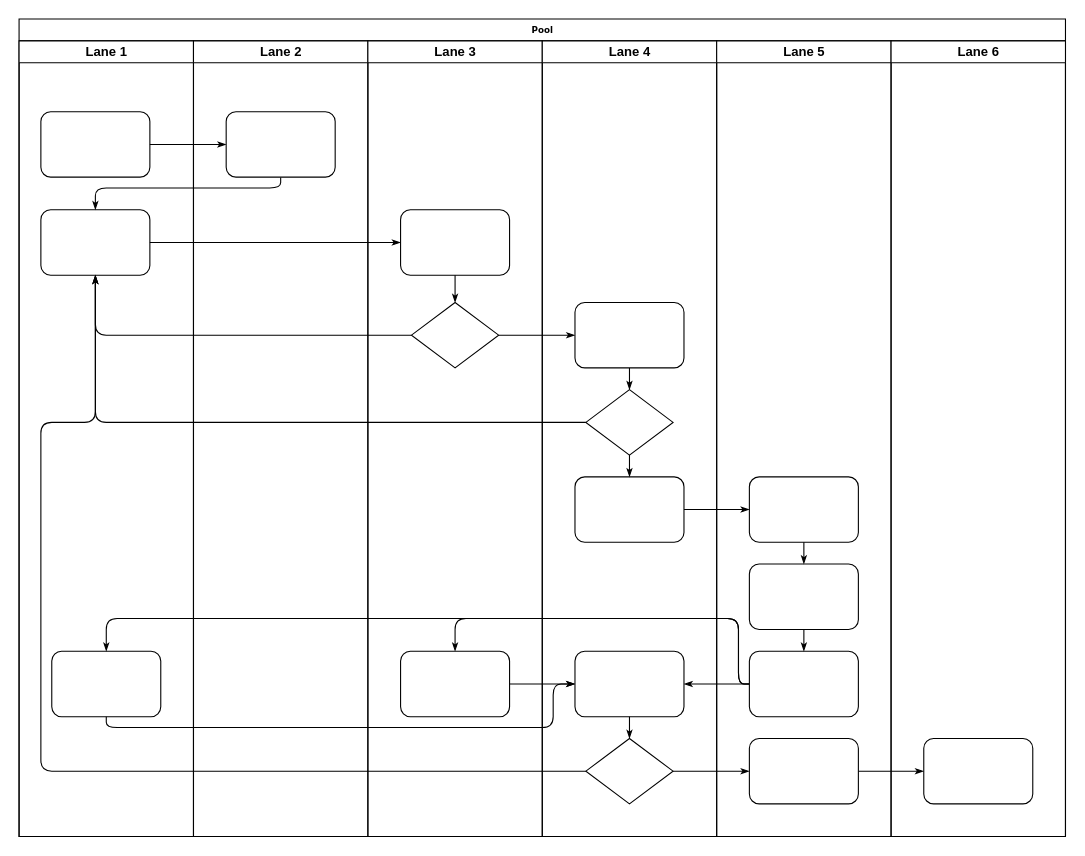
Earlier version of the draw.io diagram Untitled Diagram.drawio (Haynar51/config-repo). Source tidied: cells renumbered, new cells numbered last; positions are measured from the earlier drawing's top-left corner, leaving out a move shared by most shapes. Both pictures are drawn from the tidied source at 109%, with x=0, y=0 at pixel (19, 19).
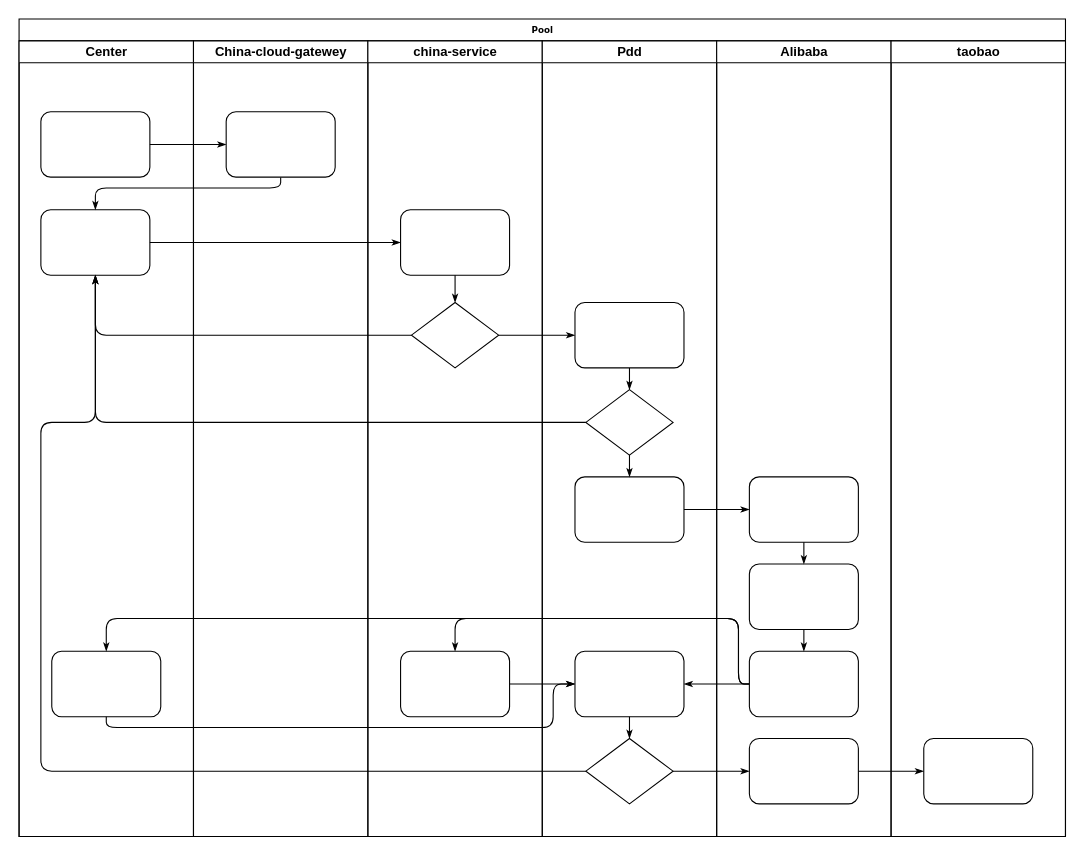
Above is the later version.

The change refers to these unchanged cells:
```xml
<mxCell id="2" value="Pool" style="swimlane;html=1;startSize=20;rounded=0;shadow=0;labelBackgroundColor=none;strokeWidth=1;fontFamily=Verdana;fontSize=8;align=center;" parent="1" vertex="1">
  <mxGeometry width="960" height="750" as="geometry" />
</mxCell>
```

What changed in the source:
```diff
@@
-    <mxCell id="3" value="Lane 1" style="swimlane;html=1;startSize=20;" parent="2" vertex="1">
+    <mxCell id="3" value="Center" style="swimlane;html=1;startSize=20;" parent="2" vertex="1">
       <mxGeometry y="20" width="160" height="730" as="geometry" />
     </mxCell>
@@
-    <mxCell id="22" value="Lane 2" style="swimlane;html=1;startSize=20;" parent="2" vertex="1">
+    <mxCell id="22" value="China-cloud-gatewey" style="swimlane;html=1;startSize=20;" parent="2" vertex="1">
       <mxGeometry x="160" y="20" width="160" height="730" as="geometry" />
     </mxCell>
@@
-    <mxCell id="24" value="Lane 3" style="swimlane;html=1;startSize=20;" parent="2" vertex="1">
+    <mxCell id="24" value="china-service" style="swimlane;html=1;startSize=20;" parent="2" vertex="1">
       <mxGeometry x="320" y="20" width="160" height="730" as="geometry" />
     </mxCell>
@@
-    <mxCell id="29" value="Lane 4" style="swimlane;html=1;startSize=20;" parent="2" vertex="1">
+    <mxCell id="29" value="Pdd" style="swimlane;html=1;startSize=20;" parent="2" vertex="1">
       <mxGeometry x="480" y="20" width="160" height="730" as="geometry" />
     </mxCell>
@@
-    <mxCell id="38" value="Lane 5" style="swimlane;html=1;startSize=20;" parent="2" vertex="1">
+    <mxCell id="38" value="Alibaba" style="swimlane;html=1;startSize=20;" parent="2" vertex="1">
       <mxGeometry x="640" y="20" width="160" height="730" as="geometry" />
     </mxCell>
@@
-    <mxCell id="45" value="Lane 6" style="swimlane;html=1;startSize=20;" parent="2" vertex="1">
+    <mxCell id="45" value="taobao" style="swimlane;html=1;startSize=20;" parent="2" vertex="1">
       <mxGeometry x="800" y="20" width="160" height="730" as="geometry" />
     </mxCell>
```
